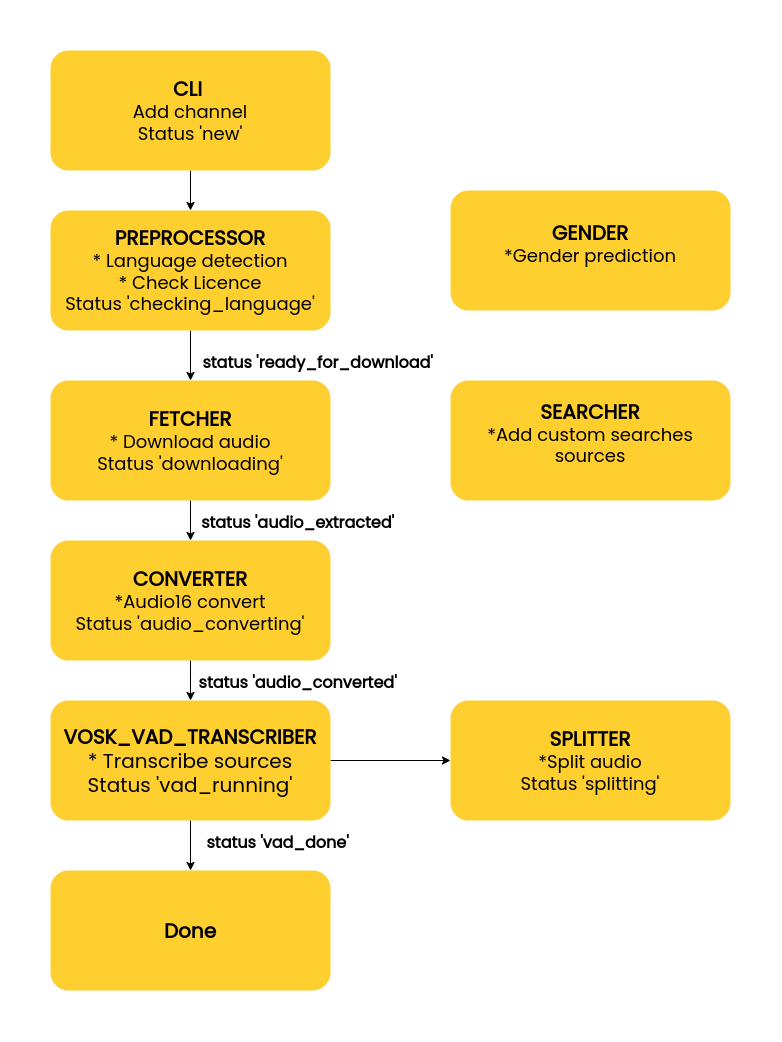
This is datapipe.png from projecte-aina/datapipe, a draw.io export, as it was before one commit. Source tidied: cells renumbered, new cells last; positions are measured from the earlier drawing's top-left corner, leaving out a move shared by most shapes.
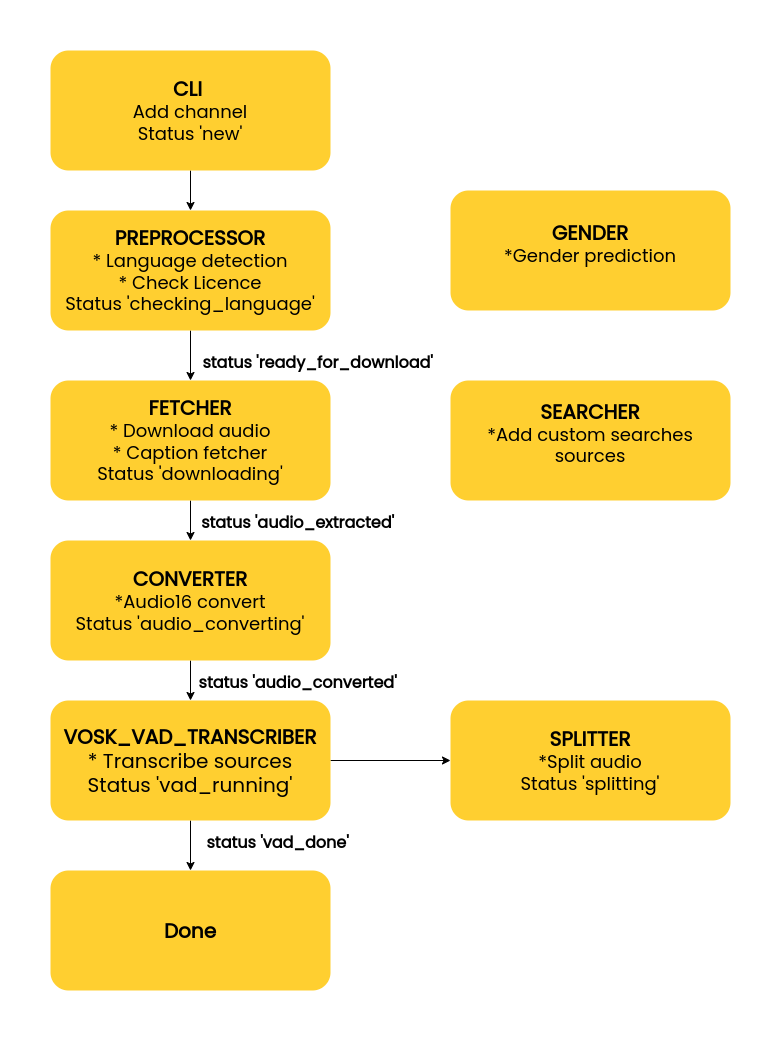
The same diagram one commit later.

Change to the diagram source:
```diff
@@ -17,7 +17,7 @@
     <mxCell id="6" style="edgeStyle=orthogonalEdgeStyle;rounded=0;jettySize=auto;html=1;fontSize=16;" parent="1" edge="1" source="7" target="9">
       <mxGeometry relative="1" as="geometry" />
     </mxCell>
-    <mxCell id="7" value="&lt;font face=&quot;Poppins&quot; style=&quot;&quot;&gt;&lt;font style=&quot;font-size: 20px;&quot;&gt;&lt;b&gt;FETCHER&lt;/b&gt;&lt;/font&gt;&lt;br&gt;&lt;span style=&quot;font-size: 18px;&quot;&gt;* Download audio&lt;/span&gt;&lt;br&gt;&lt;span style=&quot;font-size: 18px;&quot;&gt;Status 'downloading'&lt;/span&gt;&lt;/font&gt;" style="rounded=1;whiteSpace=wrap;html=1;fillColor=#FFCF30;strokeColor=none;" parent="1" vertex="1">
+    <mxCell id="7" value="&lt;font face=&quot;Poppins&quot; style=&quot;&quot;&gt;&lt;font style=&quot;font-size: 20px;&quot;&gt;&lt;b&gt;FETCHER&lt;/b&gt;&lt;/font&gt;&lt;br&gt;&lt;span style=&quot;font-size: 18px;&quot;&gt;* Download audio&lt;br&gt;&lt;/span&gt;&lt;font style=&quot;font-size: 18px;&quot;&gt;* Caption fetcher&lt;br&gt;&lt;/font&gt;&lt;span style=&quot;font-size: 18px;&quot;&gt;Status 'downloading'&lt;/span&gt;&lt;/font&gt;" style="rounded=1;whiteSpace=wrap;html=1;fillColor=#FFCF30;strokeColor=none;" parent="1" vertex="1">
       <mxGeometry y="330" width="280" height="120" as="geometry" />
     </mxCell>
     <mxCell id="8" style="edgeStyle=orthogonalEdgeStyle;rounded=0;jettySize=auto;html=1;fontSize=16;" parent="1" edge="1" source="9" target="12">
```
